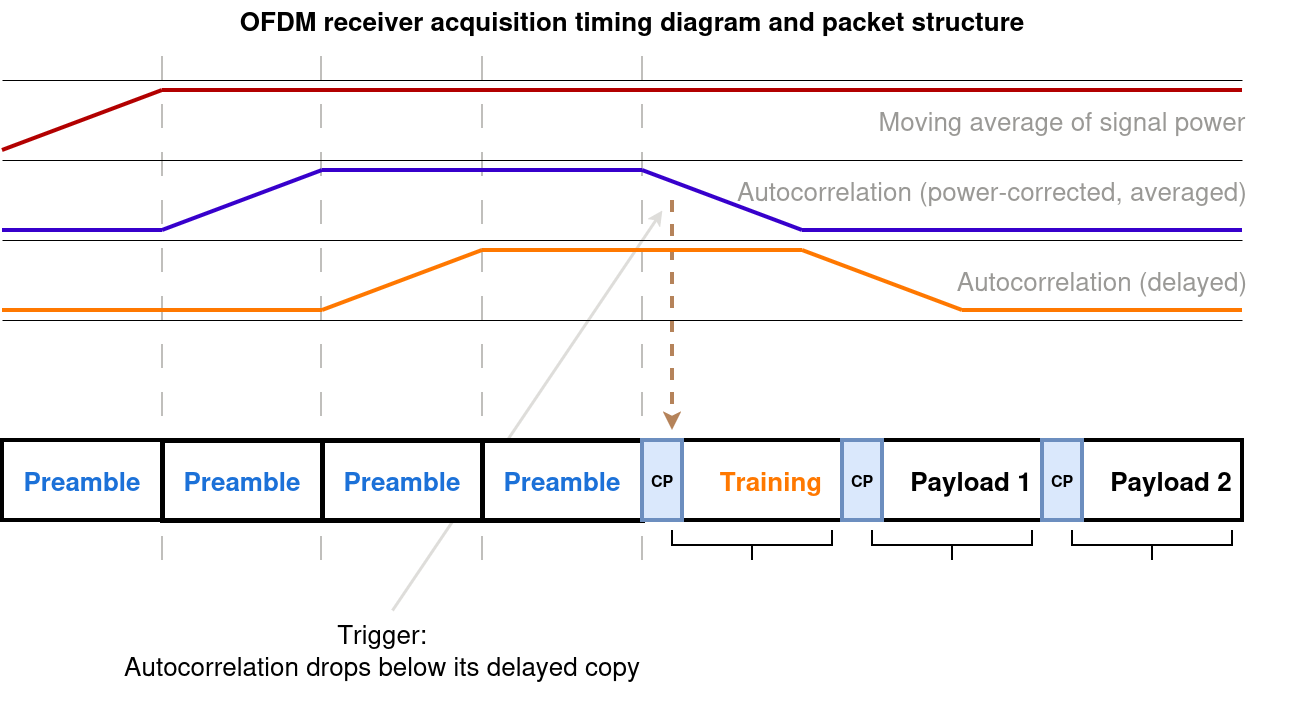
The draw.io diagram os/doc/ofdmtiming.png in szoftveres/RF_instruments, before a commit. Source tidied: cells renumbered, new cells last; positions are measured from the earlier drawing's top-left corner, leaving out a move shared by most shapes.
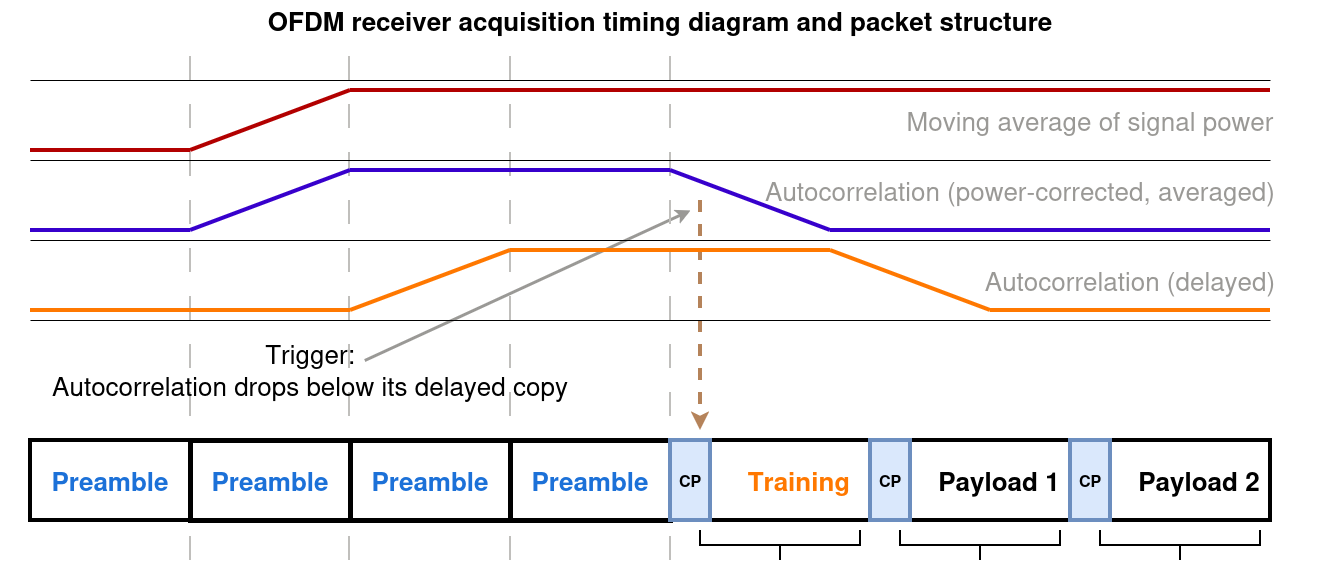
Above is the later version.

What changed in the source:
```diff
@@ -2,9 +2,8 @@
   <root>
     <mxCell id="0" />
     <mxCell id="1" parent="0" />
-    <mxCell id="2" style="endArrow=classic;html=1;rounded=0;strokeWidth=3;strokeColor=light-dark(#deddda, #ededed);" parent="1" edge="1">
+    <mxCell id="2" style="endArrow=classic;html=1;rounded=0;strokeWidth=3;strokeColor=light-dark(#9a9996, #ededed);" parent="1" edge="1" source="36">
       <mxGeometry relative="1" as="geometry">
-        <mxPoint x="390" y="610" as="sourcePoint" />
         <mxPoint x="660" y="210" as="targetPoint" />
       </mxGeometry>
     </mxCell>
@@ -94,13 +93,13 @@
     </mxCell>
     <mxCell id="22" style="endArrow=none;html=1;rounded=0;strokeWidth=4;fillColor=#e51400;strokeColor=#B20000;" parent="1" edge="1">
       <mxGeometry relative="1" as="geometry">
-        <mxPoint y="150" as="sourcePoint" />
-        <mxPoint x="160" y="90" as="targetPoint" />
+        <mxPoint x="160" y="150" as="sourcePoint" />
+        <mxPoint x="320" y="90" as="targetPoint" />
       </mxGeometry>
     </mxCell>
     <mxCell id="23" style="endArrow=none;html=1;rounded=0;strokeWidth=4;fillColor=#e51400;strokeColor=#B20000;" parent="1" edge="1">
       <mxGeometry relative="1" as="geometry">
-        <mxPoint x="160" y="90" as="sourcePoint" />
+        <mxPoint x="320" y="90" as="sourcePoint" />
         <mxPoint x="1240" y="90" as="targetPoint" />
       </mxGeometry>
     </mxCell>
@@ -171,7 +170,7 @@
       </mxGeometry>
     </mxCell>
     <mxCell id="36" value="&lt;div&gt;&lt;font style=&quot;font-size: 26px;&quot;&gt;Trigger:&lt;/font&gt;&lt;/div&gt;&lt;div&gt;&lt;font style=&quot;font-size: 26px;&quot;&gt;Autocorrelation drops below its delayed copy&lt;/font&gt;&lt;/div&gt;&lt;div&gt;&lt;font style=&quot;font-size: 26px;&quot;&gt;&lt;br&gt;&lt;/font&gt;&lt;/div&gt;" style="text;html=1;whiteSpace=wrap;strokeColor=none;fillColor=none;align=center;verticalAlign=middle;rounded=0;" parent="1" vertex="1">
-      <mxGeometry x="70" y="640" width="620" height="50" as="geometry" />
+      <mxGeometry x="-30" y="360" width="620" height="50" as="geometry" />
     </mxCell>
     <mxCell id="37" value="&lt;font style=&quot;font-size: 26px; color: light-dark(rgb(154, 153, 150), rgb(237, 237, 237));&quot;&gt;Autocorrelation (delayed)&lt;/font&gt;" style="text;html=1;whiteSpace=wrap;strokeColor=none;fillColor=none;align=center;verticalAlign=middle;rounded=0;" parent="1" vertex="1">
       <mxGeometry x="900" y="260" width="400" height="40" as="geometry" />
@@ -188,5 +187,11 @@
     <mxCell id="41" value="&lt;font style=&quot;font-size: 26px;&quot;&gt;&lt;b&gt;OFDM receiver acquisition timing diagram and packet structure&lt;/b&gt;&lt;/font&gt;" style="text;html=1;whiteSpace=wrap;strokeColor=none;fillColor=none;align=center;verticalAlign=middle;rounded=0;" parent="1" vertex="1">
       <mxGeometry x="190" width="880" height="40" as="geometry" />
     </mxCell>
+    <mxCell id="42" style="endArrow=none;html=1;rounded=0;strokeWidth=4;fillColor=#e51400;strokeColor=#B20000;" parent="1" edge="1">
+      <mxGeometry relative="1" as="geometry">
+        <mxPoint y="150" as="sourcePoint" />
+        <mxPoint x="160" y="150" as="targetPoint" />
+      </mxGeometry>
+    </mxCell>
   </root>
 </mxGraphModel>
```
